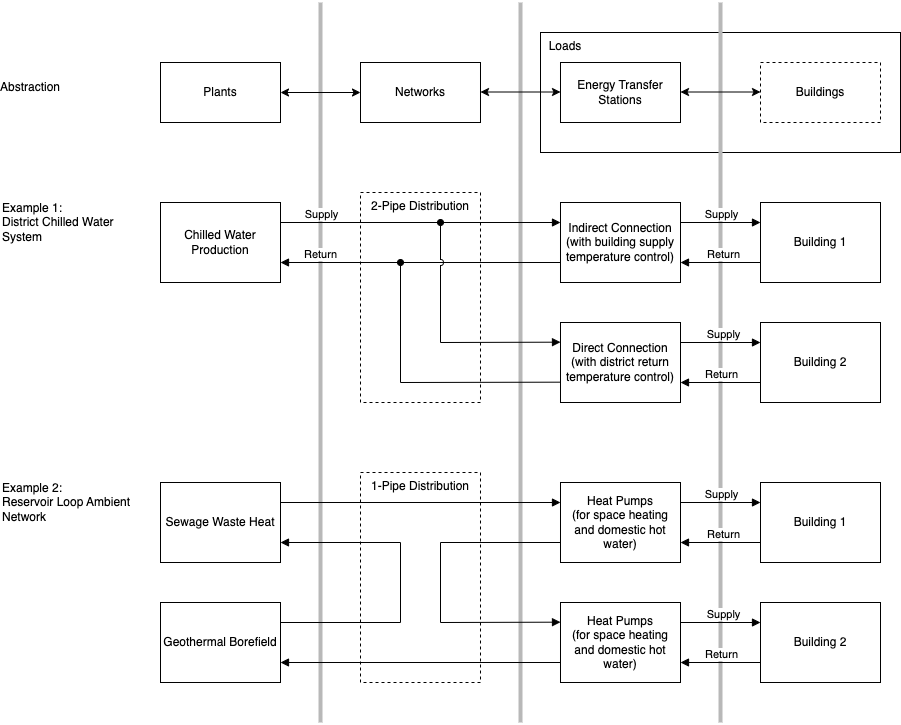
lbl-srg/modelica-buildings keeps this draw.io diagram as Buildings/Resources/Images/Experimental/DHC/UserGuide/DHC_Package_Concept.png. Above is the earlier version. Source tidied: cells renumbered, new cells last; positions are measured from the earlier drawing's top-left corner, leaving out a move shared by most shapes.
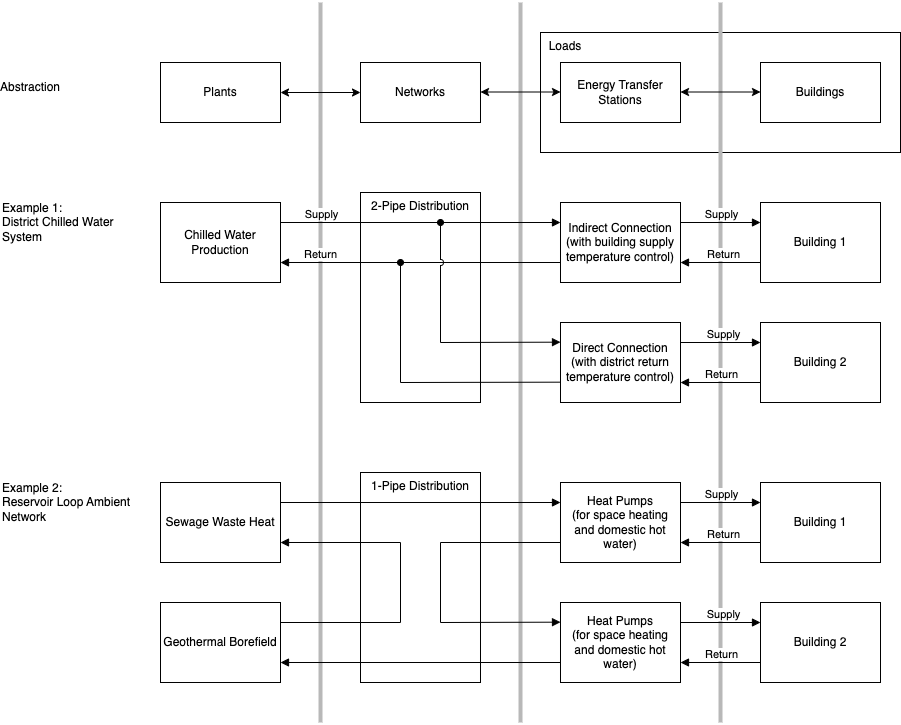
The same file after the commit.

The edit, as a diff of the source:
```diff
@@ -23,7 +23,7 @@
         <mxPoint x="720" as="targetPoint" />
       </mxGeometry>
     </mxCell>
-    <mxCell id="6" value="Buildings" style="rounded=0;whiteSpace=wrap;html=1;dashed=1;" parent="1" vertex="1">
+    <mxCell id="6" value="Buildings" style="rounded=0;whiteSpace=wrap;html=1;" parent="1" vertex="1">
       <mxGeometry x="760" y="60" width="120" height="60" as="geometry" />
     </mxCell>
     <mxCell id="7" value="Networks" style="rounded=0;whiteSpace=wrap;html=1;" parent="1" vertex="1">
@@ -131,7 +131,7 @@
         <mxPoint x="400" y="260" as="targetPoint" />
       </mxGeometry>
     </mxCell>
-    <mxCell id="34" value="2-Pipe Distribution" style="rounded=0;whiteSpace=wrap;html=1;fillColor=none;dashed=1;verticalAlign=top;" parent="1" vertex="1">
+    <mxCell id="34" value="2-Pipe Distribution" style="rounded=0;whiteSpace=wrap;html=1;fillColor=none;verticalAlign=top;" parent="1" vertex="1">
       <mxGeometry x="360" y="190" width="120" height="210" as="geometry" />
     </mxCell>
     <mxCell id="35" value="Sewage Waste Heat" style="rounded=0;whiteSpace=wrap;html=1;" parent="1" vertex="1">
@@ -223,7 +223,7 @@
     <mxCell id="56" style="endArrow=none;html=1;rounded=0;entryX=0;entryY=0.75;entryDx=0;entryDy=0;startArrow=block;startFill=1;exitX=1;exitY=0.75;exitDx=0;exitDy=0;" parent="1" edge="1" source="54" target="44">
       <mxGeometry relative="1" as="geometry" />
     </mxCell>
-    <mxCell id="57" value="1-Pipe Distribution" style="rounded=0;whiteSpace=wrap;html=1;fillColor=none;dashed=1;verticalAlign=top;" parent="1" vertex="1">
+    <mxCell id="57" value="1-Pipe Distribution" style="rounded=0;whiteSpace=wrap;html=1;fillColor=none;verticalAlign=top;" parent="1" vertex="1">
       <mxGeometry x="360" y="470" width="120" height="210" as="geometry" />
     </mxCell>
     <mxCell id="58" value="Abstraction" style="text;html=1;strokeColor=none;fillColor=none;align=center;verticalAlign=middle;whiteSpace=wrap;rounded=0;" parent="1" vertex="1">
```
